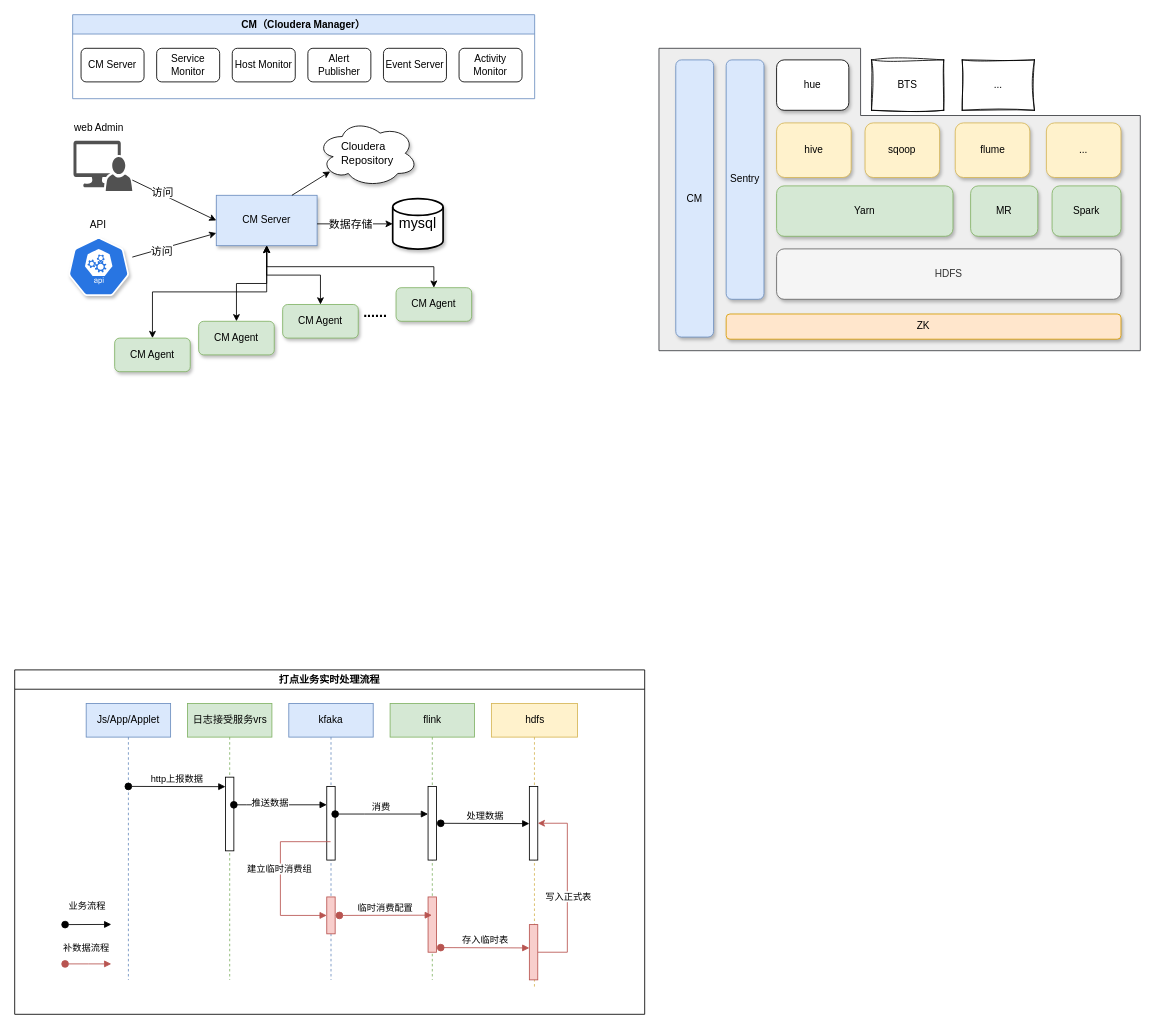
hhyouyou/draw keeps this draw.io diagram as 集群架构.drawio. Above is the earlier version. Source tidied: cells renumbered, new cells numbered last; positions are measured from the earlier drawing's top-left corner, leaving out a move shared by most shapes. Both pictures are drawn from the tidied source at 84%, with x=0, y=0 at pixel (14, 14).
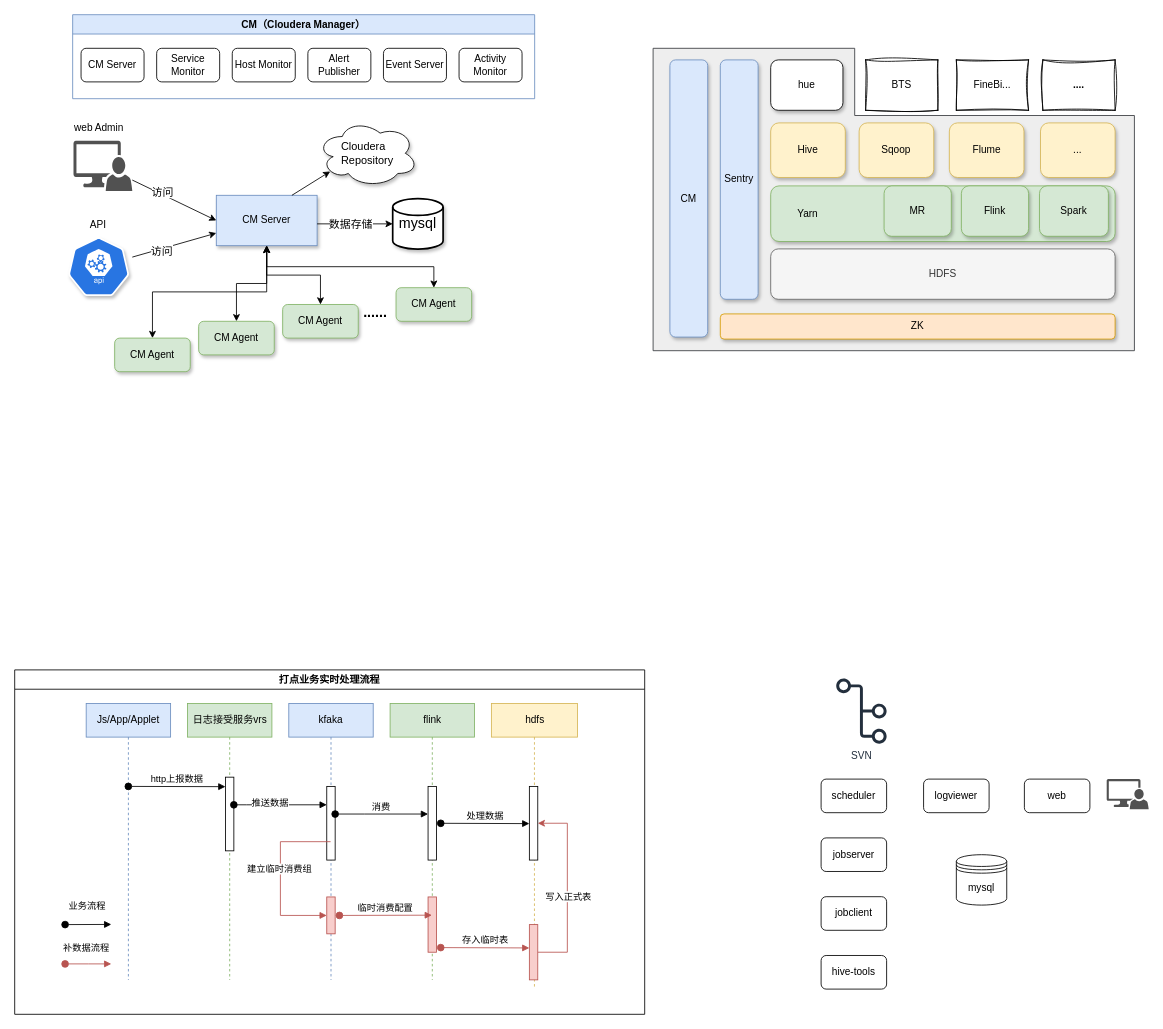
After the change.

Commit message:
更新集群架构.drawio

The edit, as a diff of the source:
```diff
@@
     <mxCell id="63" style="group;" parent="1" vertex="1">
-      <mxGeometry x="767" y="40" width="573" height="360" as="geometry" />
+      <mxGeometry x="760" y="40" width="573" height="360" as="geometry" />
     </mxCell>
@@
-    <mxCell id="65" style="group;" parent="63" vertex="1">
-      <mxGeometry x="20" y="13.8" width="530" height="332.5" as="geometry" />
-    </mxCell>
-    <mxCell id="66" value="HDFS" style="rounded=1;whiteSpace=wrap;html=1;fillColor=#f5f5f5;strokeColor=#666666;fontColor=#333333;sketch=0;curveFitting=1;jiggle=2;shadow=1;glass=0;" parent="65" vertex="1">
-      <mxGeometry x="120" y="225" width="410" height="60" as="geometry" />
+    <mxCell id="66" value="HDFS" style="rounded=1;whiteSpace=wrap;html=1;fillColor=#f5f5f5;strokeColor=#666666;fontColor=#333333;sketch=0;curveFitting=1;jiggle=2;shadow=1;glass=0;" parent="63" vertex="1">
+      <mxGeometry x="140" y="238.8" width="410" height="60" as="geometry" />
     </mxCell>
-    <mxCell id="67" value="ZK" style="rounded=1;whiteSpace=wrap;html=1;fillColor=#ffe6cc;strokeColor=#d79b00;sketch=0;curveFitting=1;jiggle=2;shadow=1;glass=0;" parent="65" vertex="1">
-      <mxGeometry x="60" y="302.5" width="470" height="30" as="geometry" />
+    <mxCell id="67" value="ZK" style="rounded=1;whiteSpace=wrap;html=1;fillColor=#ffe6cc;strokeColor=#d79b00;sketch=0;curveFitting=1;jiggle=2;shadow=1;glass=0;" parent="63" vertex="1">
+      <mxGeometry x="80" y="316.2" width="470" height="30" as="geometry" />
     </mxCell>
-    <mxCell id="68" value="hue" style="rounded=1;whiteSpace=wrap;html=1;sketch=0;curveFitting=1;jiggle=2;shadow=1;glass=0;" parent="65" vertex="1">
-      <mxGeometry x="120" width="86" height="60" as="geometry" />
+    <mxCell id="68" value="hue" style="rounded=1;whiteSpace=wrap;html=1;sketch=0;curveFitting=1;jiggle=2;shadow=1;glass=0;" parent="63" vertex="1">
+      <mxGeometry x="140" y="13.8" width="86" height="60" as="geometry" />
     </mxCell>
-    <mxCell id="69" value="Sentry" style="rounded=1;whiteSpace=wrap;html=1;fillColor=#dae8fc;strokeColor=#6c8ebf;sketch=0;curveFitting=1;jiggle=2;shadow=1;glass=0;" parent="65" vertex="1">
-      <mxGeometry x="60" width="45" height="285" as="geometry" />
+    <mxCell id="69" value="Sentry" style="rounded=1;whiteSpace=wrap;html=1;fillColor=#dae8fc;strokeColor=#6c8ebf;sketch=0;curveFitting=1;jiggle=2;shadow=1;glass=0;" parent="63" vertex="1">
+      <mxGeometry x="80" y="13.8" width="45" height="285" as="geometry" />
     </mxCell>
-    <mxCell id="70" value="CM" style="rounded=1;whiteSpace=wrap;html=1;fillColor=#dae8fc;strokeColor=#6c8ebf;sketch=0;curveFitting=1;jiggle=2;shadow=1;glass=0;" parent="65" vertex="1">
-      <mxGeometry width="45" height="330" as="geometry" />
+    <mxCell id="70" value="CM" style="rounded=1;whiteSpace=wrap;html=1;fillColor=#dae8fc;strokeColor=#6c8ebf;sketch=0;curveFitting=1;jiggle=2;shadow=1;glass=0;" parent="63" vertex="1">
+      <mxGeometry x="20" y="13.8" width="45" height="330" as="geometry" />
     </mxCell>
-    <mxCell id="71" style="group;" parent="65" vertex="1">
-      <mxGeometry x="120" y="150" width="410" height="60" as="geometry" />
-    </mxCell>
-    <mxCell id="72" value="Yarn" style="rounded=1;whiteSpace=wrap;html=1;fillColor=#d5e8d4;strokeColor=#82b366;sketch=0;curveFitting=1;jiggle=2;shadow=1;glass=0;" parent="71" vertex="1">
-      <mxGeometry width="210" height="60" as="geometry" />
-    </mxCell>
-    <mxCell id="73" value="MR" style="rounded=1;whiteSpace=wrap;html=1;fillColor=#d5e8d4;strokeColor=#82b366;sketch=0;curveFitting=1;jiggle=2;shadow=1;glass=0;" parent="71" vertex="1">
-      <mxGeometry x="231" width="80" height="60" as="geometry" />
-    </mxCell>
-    <mxCell id="74" value="Spark" style="rounded=1;whiteSpace=wrap;html=1;fillColor=#d5e8d4;strokeColor=#82b366;sketch=0;curveFitting=1;jiggle=2;shadow=1;glass=0;" parent="71" vertex="1">
-      <mxGeometry x="328" width="82" height="60" as="geometry" />
-    </mxCell>
-    <mxCell id="75" style="group;" parent="65" vertex="1">
-      <mxGeometry x="120" y="75" width="410" height="65" as="geometry" />
+    <mxCell id="75" style="group;" parent="63" vertex="1">
+      <mxGeometry x="140" y="88.8" width="410" height="65" as="geometry" />
     </mxCell>
-    <mxCell id="76" value="sqoop" style="rounded=1;whiteSpace=wrap;html=1;sketch=0;curveFitting=1;jiggle=2;shadow=1;glass=0;fillColor=#fff2cc;strokeColor=#d6b656;" parent="75" vertex="1">
+    <mxCell id="76" value="Sqoop" style="rounded=1;whiteSpace=wrap;html=1;sketch=0;curveFitting=1;jiggle=2;shadow=1;glass=0;fillColor=#fff2cc;strokeColor=#d6b656;" parent="75" vertex="1">
       <mxGeometry x="105.3" width="88.8" height="65" as="geometry" />
     </mxCell>
-    <mxCell id="77" value="flume" style="rounded=1;whiteSpace=wrap;html=1;sketch=0;curveFitting=1;jiggle=2;shadow=1;glass=0;fillColor=#fff2cc;strokeColor=#d6b656;" parent="75" vertex="1">
+    <mxCell id="77" value="Flume" style="rounded=1;whiteSpace=wrap;html=1;sketch=0;curveFitting=1;jiggle=2;shadow=1;glass=0;fillColor=#fff2cc;strokeColor=#d6b656;" parent="75" vertex="1">
       <mxGeometry x="212.7" width="88.8" height="65" as="geometry" />
     </mxCell>
@@
-    <mxCell id="79" value="hive" style="rounded=1;whiteSpace=wrap;html=1;sketch=0;curveFitting=1;jiggle=2;shadow=1;glass=0;fillColor=#fff2cc;strokeColor=#d6b656;" parent="75" vertex="1">
+    <mxCell id="79" value="Hive" style="rounded=1;whiteSpace=wrap;html=1;sketch=0;curveFitting=1;jiggle=2;shadow=1;glass=0;fillColor=#fff2cc;strokeColor=#d6b656;" parent="75" vertex="1">
       <mxGeometry width="88.8" height="65" as="geometry" />
     </mxCell>
-    <mxCell id="80" value="BTS" style="rounded=0;whiteSpace=wrap;html=1;sketch=1;curveFitting=1;jiggle=2;shadow=0;glass=0;" parent="65" vertex="1">
-      <mxGeometry x="233" width="86" height="60" as="geometry" />
+    <mxCell id="80" value="BTS" style="rounded=0;whiteSpace=wrap;html=1;sketch=1;curveFitting=1;jiggle=2;shadow=0;glass=0;" parent="63" vertex="1">
+      <mxGeometry x="253" y="13.8" width="86" height="60" as="geometry" />
     </mxCell>
-    <mxCell id="81" value="..." style="rounded=0;whiteSpace=wrap;html=1;sketch=1;curveFitting=1;jiggle=2;shadow=0;glass=0;" parent="65" vertex="1">
-      <mxGeometry x="341" width="86" height="60" as="geometry" />
+    <mxCell id="81" value="FineBi..." style="rounded=0;whiteSpace=wrap;html=1;sketch=1;curveFitting=1;jiggle=2;shadow=0;glass=0;" parent="63" vertex="1">
+      <mxGeometry x="361" y="13.8" width="86" height="60" as="geometry" />
     </mxCell>
+    <mxCell id="82" style="group;" parent="63" vertex="1">
+      <mxGeometry x="140" y="163.8" width="410" height="66.2" as="geometry" />
+    </mxCell>
+    <mxCell id="72" value="&amp;nbsp; &amp;nbsp; &amp;nbsp; &amp;nbsp; &amp;nbsp;Yarn" style="rounded=1;whiteSpace=wrap;html=1;fillColor=#d5e8d4;strokeColor=#82b366;sketch=0;curveFitting=1;jiggle=2;shadow=1;glass=0;align=left;" parent="82" vertex="1">
+      <mxGeometry width="410" height="66.2" as="geometry" />
+    </mxCell>
+    <mxCell id="73" value="MR" style="rounded=1;whiteSpace=wrap;html=1;fillColor=#d5e8d4;strokeColor=#82b366;sketch=0;curveFitting=1;jiggle=2;shadow=1;glass=0;" parent="82" vertex="1">
+      <mxGeometry x="135" width="80" height="60" as="geometry" />
+    </mxCell>
+    <mxCell id="74" value="Spark" style="rounded=1;whiteSpace=wrap;html=1;fillColor=#d5e8d4;strokeColor=#82b366;sketch=0;curveFitting=1;jiggle=2;shadow=1;glass=0;" parent="82" vertex="1">
+      <mxGeometry x="320" width="82" height="60" as="geometry" />
+    </mxCell>
+    <mxCell id="83" value="Flink" style="rounded=1;whiteSpace=wrap;html=1;fillColor=#d5e8d4;strokeColor=#82b366;sketch=0;curveFitting=1;jiggle=2;shadow=1;glass=0;" parent="82" vertex="1">
+      <mxGeometry x="227" width="80" height="60" as="geometry" />
+    </mxCell>
+    <mxCell id="84" value="...." style="rounded=0;whiteSpace=wrap;html=1;sketch=1;curveFitting=1;jiggle=2;shadow=0;glass=0;fontStyle=1;" parent="63" vertex="1">
+      <mxGeometry x="464" y="13.8" width="86" height="60" as="geometry" />
+    </mxCell>
+    <mxCell id="85" value="web" style="rounded=1;whiteSpace=wrap;html=1;" parent="1" vertex="1">
+      <mxGeometry x="1202" y="910" width="78" height="40" as="geometry" />
+    </mxCell>
+    <mxCell id="86" value="logviewer" style="rounded=1;whiteSpace=wrap;html=1;" parent="1" vertex="1">
+      <mxGeometry x="1082" y="910" width="78" height="40" as="geometry" />
+    </mxCell>
+    <mxCell id="87" value="scheduler" style="rounded=1;whiteSpace=wrap;html=1;" parent="1" vertex="1">
+      <mxGeometry x="960" y="910" width="78" height="40" as="geometry" />
+    </mxCell>
+    <mxCell id="88" value="jobserver" style="rounded=1;whiteSpace=wrap;html=1;" parent="1" vertex="1">
+      <mxGeometry x="960" y="980" width="78" height="40" as="geometry" />
+    </mxCell>
+    <mxCell id="89" value="jobclient" style="rounded=1;whiteSpace=wrap;html=1;" parent="1" vertex="1">
+      <mxGeometry x="960" y="1050" width="78" height="40" as="geometry" />
+    </mxCell>
+    <mxCell id="90" value="hive-tools" style="rounded=1;whiteSpace=wrap;html=1;" parent="1" vertex="1">
+      <mxGeometry x="960" y="1120" width="78" height="40" as="geometry" />
+    </mxCell>
+    <mxCell id="91" value="SVN" style="sketch=0;fontColor=#232F3E;gradientColor=none;fillColor=#232F3D;strokeColor=none;dashed=0;verticalLabelPosition=bottom;verticalAlign=top;align=center;html=1;fontSize=12;fontStyle=0;shape=mxgraph.aws4.git_repository;" parent="1" vertex="1">
+      <mxGeometry x="978" y="790" width="60" height="78" as="geometry" />
+    </mxCell>
+    <mxCell id="92" style="sketch=0;shadow=0;dashed=0;html=1;strokeColor=none;labelPosition=center;verticalLabelPosition=bottom;verticalAlign=top;align=center;fillColor=#515151;shape=mxgraph.mscae.system_center.admin_console;" parent="1" vertex="1">
+      <mxGeometry x="1300" y="910" width="50" height="36" as="geometry" />
+    </mxCell>
+    <mxCell id="93" value="mysql" style="shape=datastore;whiteSpace=wrap;html=1;" parent="1" vertex="1">
+      <mxGeometry x="1121" y="1000" width="60" height="60" as="geometry" />
+    </mxCell>
```
